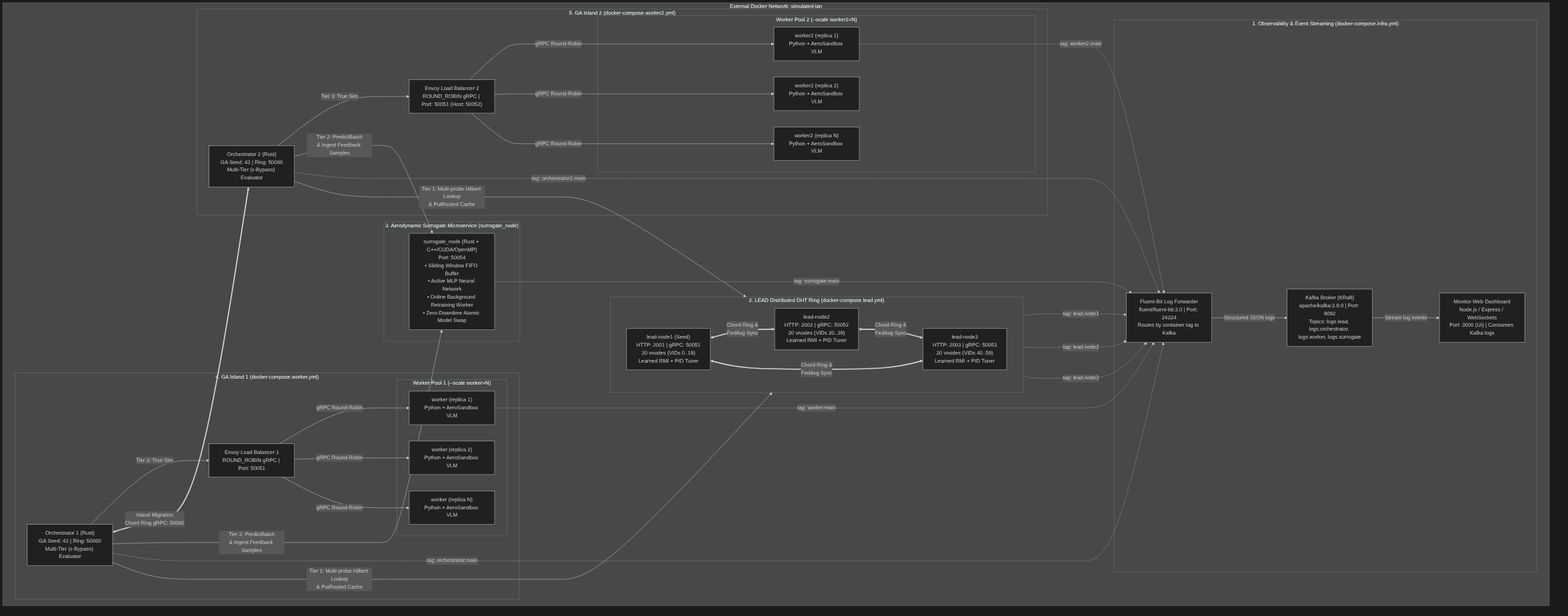
The Mermaid diagram compose/architecture.png in Mauragkas/thesis_grpc_lead_dga_cfd, before a commit. Its source is kept beside it as compose/architecture.mmd.
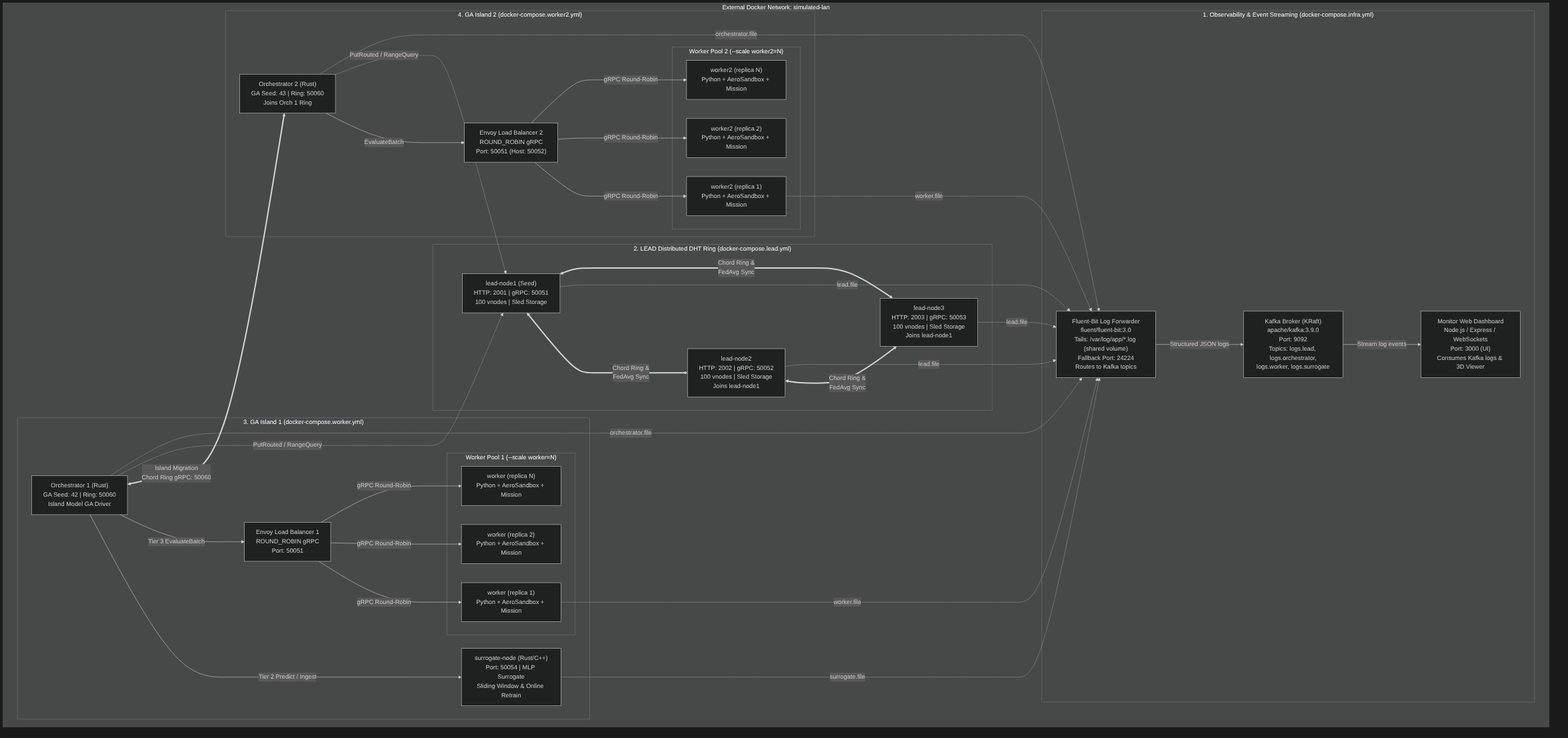
Above is the later version.

Diff of the diagram source:
```diff
@@ -2,9 +2,9 @@
     subgraph LAN["External Docker Network: simulated-lan"]
 
         subgraph INFRA["1. Observability & Event Streaming (docker-compose.infra.yml)"]
-            Kafka["Kafka Broker (KRaft)\napache/kafka:3.9.0\nPort: 9092\nTopics: logs.lead, logs.orchestrator, logs.worker"]
-            FluentBit["Fluent-Bit Log Forwarder\nfluent/fluent-bit:3.0\nPort: 24224 (fluentd input)\nRoutes by tag to Kafka topics"]
-            Monitor["Monitor Web Dashboard\nNode.js / Express / WebSockets\nPort: 3000 (UI)\nConsumes Kafka logs"]
+            Kafka["Kafka Broker (KRaft)\napache/kafka:3.9.0\nPort: 9092\nTopics: logs.lead, logs.orchestrator,\nlogs.worker, logs.surrogate"]
+            FluentBit["Fluent-Bit Log Forwarder\nfluent/fluent-bit:3.0\nTails: /var/log/app/*.log (shared volume)\nFallback Port: 24224\nRoutes to Kafka topics"]
+            Monitor["Monitor Web Dashboard\nNode.js / Express / WebSockets\nPort: 3000 (UI)\nConsumes Kafka logs & 3D Viewer"]
 
             FluentBit -->|Structured JSON logs| Kafka
             Kafka -->|Stream log events| Monitor
@@ -12,9 +12,9 @@
 
         subgraph LEAD_CLUSTER["2. LEAD Distributed DHT Ring (docker-compose.lead.yml)"]
             direction LR
-            Lead1["lead-node1 (Seed)\nHTTP: 2001 | gRPC: 50051\n20 vnodes (VIDs 0..19)"]
-            Lead2["lead-node2\nHTTP: 2002 | gRPC: 50052\n20 vnodes (VIDs 20..39)\nJoins lead-node1"]
-            Lead3["lead-node3\nHTTP: 2003 | gRPC: 50053\n20 vnodes (VIDs 40..59)\nJoins lead-node1"]
+            Lead1["lead-node1 (Seed)\nHTTP: 2001 | gRPC: 50051\n100 vnodes | Sled Storage"]
+            Lead2["lead-node2\nHTTP: 2002 | gRPC: 50052\n100 vnodes | Sled Storage\nJoins lead-node1"]
+            Lead3["lead-node3\nHTTP: 2003 | gRPC: 50053\n100 vnodes | Sled Storage\nJoins lead-node1"]
 
             Lead1 <==>|Chord Ring &\nFedAvg Sync| Lead2
             Lead2 <==>|Chord Ring &\nFedAvg Sync| Lead3
@@ -23,14 +23,16 @@
 
         subgraph ISLAND1["3. GA Island 1 (docker-compose.worker.yml)"]
             Orch1["Orchestrator 1 (Rust)\nGA Seed: 42 | Ring: 50060\nIsland Model GA Driver"]
+            Surr1["surrogate-node (Rust/C++)\nPort: 50054 | MLP Surrogate\nSliding Window & Online Retrain"]
             Envoy1["Envoy Load Balancer 1\nROUND_ROBIN gRPC\nPort: 50051"]
             subgraph WORKER_POOL1["Worker Pool 1 (--scale worker=N)"]
-                W1_1["worker (replica 1)\nPython + AeroSandbox"]
-                W1_2["worker (replica 2)\nPython + AeroSandbox"]
-                W1_N["worker (replica N)\nPython + AeroSandbox"]
+                W1_1["worker (replica 1)\nPython + AeroSandbox + Mission"]
+                W1_2["worker (replica 2)\nPython + AeroSandbox + Mission"]
+                W1_N["worker (replica N)\nPython + AeroSandbox + Mission"]
             end
 
-            Orch1 -->|EvaluateBatch| Envoy1
+            Orch1 -->|Tier 2 Predict / Ingest| Surr1
+            Orch1 -->|Tier 3 EvaluateBatch| Envoy1
             Envoy1 -->|gRPC Round-Robin| W1_1
             Envoy1 -->|gRPC Round-Robin| W1_2
             Envoy1 -->|gRPC Round-Robin| W1_N
@@ -40,9 +42,9 @@
             Orch2["Orchestrator 2 (Rust)\nGA Seed: 43 | Ring: 50060\nJoins Orch 1 Ring"]
             Envoy2["Envoy Load Balancer 2\nROUND_ROBIN gRPC\nPort: 50051 (Host: 50052)"]
             subgraph WORKER_POOL2["Worker Pool 2 (--scale worker2=N)"]
-                W2_1["worker2 (replica 1)\nPython + AeroSandbox"]
-                W2_2["worker2 (replica 2)\nPython + AeroSandbox"]
-                W2_N["worker2 (replica N)\nPython + AeroSandbox"]
+                W2_1["worker2 (replica 1)\nPython + AeroSandbox + Mission"]
+                W2_2["worker2 (replica 2)\nPython + AeroSandbox + Mission"]
+                W2_N["worker2 (replica N)\nPython + AeroSandbox + Mission"]
             end
 
             Orch2 -->|EvaluateBatch| Envoy2
@@ -56,11 +58,12 @@
         Orch1 -.->|PutRouted / RangeQuery| Lead1
         Orch2 -.->|PutRouted / RangeQuery| Lead1
 
-        Lead1 -.->|tag: lead.node1| FluentBit
-        Lead2 -.->|tag: lead.node2| FluentBit
-        Lead3 -.->|tag: lead.node3| FluentBit
-        Orch1 -.->|tag: orchestrator.main| FluentBit
-        Orch2 -.->|tag: orchestrator2.main| FluentBit
-        W1_1 -.->|tag: worker.main| FluentBit
-        W2_1 -.->|tag: worker2.main| FluentBit
+        Lead1 -.->|lead.file| FluentBit
+        Lead2 -.->|lead.file| FluentBit
+        Lead3 -.->|lead.file| FluentBit
+        Orch1 -.->|orchestrator.file| FluentBit
+        Orch2 -.->|orchestrator.file| FluentBit
+        Surr1 -.->|surrogate.file| FluentBit
+        W1_1 -.->|worker.file| FluentBit
+        W2_1 -.->|worker.file| FluentBit
     end
```
